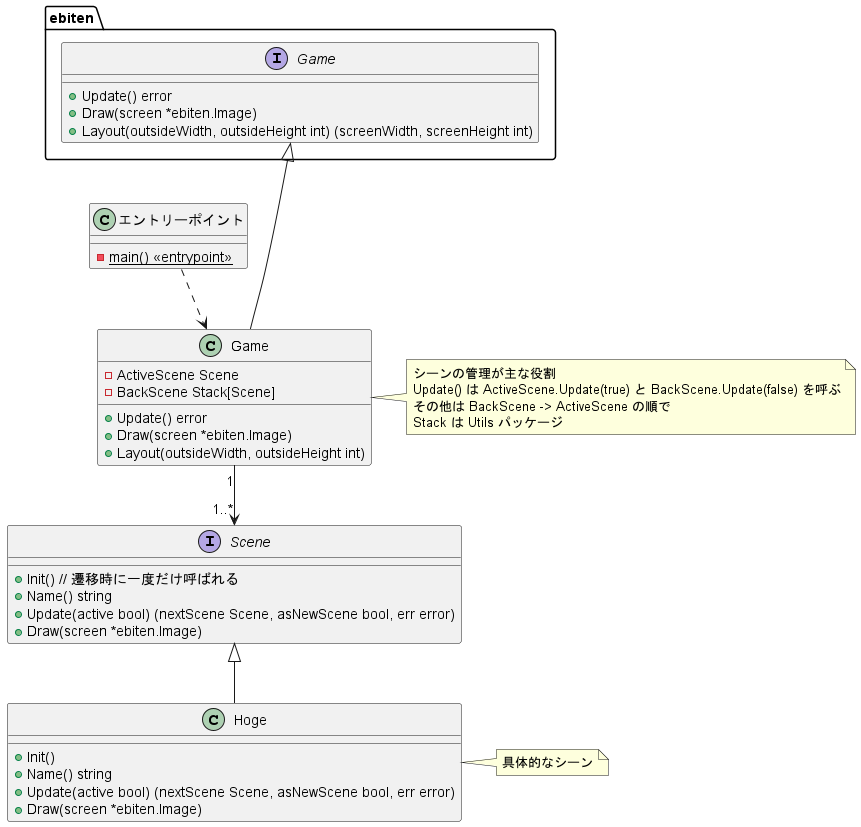
This is Docs/game_class_diagram.png from kmc-jp/Gamedev_Tempura-of-p--Phenylazo-phenol, a PlantUML export, as it was before one commit. Source of this version:
```plantuml
@startuml game_class_diagram

package ebiten {
    interface ebiten.Game {
        + Update() error
        + Draw(screen *ebiten.Image)
        + Layout(outsideWidth, outsideHeight int) (screenWidth, screenHeight int)
    }
}

class "エントリーポイント" {
    - {static} main() <<entrypoint>>
}

class Game {
    - ActiveScene Scene
    - BackScene Stack[Scene]
    + Update() error
    + Draw(screen *ebiten.Image)
    + Layout(outsideWidth, outsideHeight int)
}
note right of Game : シーンの管理が主な役割\nUpdate() は ActiveScene.Update(true) と BackScene.Update(false) を呼ぶ\nその他は BackScene -> ActiveScene の順で\nStack は Utils パッケージ

interface Scene {
    + Init() // 遷移時に一度だけ呼ばれる
    + Name() string
    + Update(active bool) (nextScene Scene, asNewScene bool, err error)
    + Draw(screen *ebiten.Image)
}

"エントリーポイント" ..> Game

Game -up--|> ebiten.Game
Game "1" --> "1..*" Scene

class Hoge {
    + Init()
    + Name() string
    + Update(active bool) (nextScene Scene, asNewScene bool, err error)
    + Draw(screen *ebiten.Image)
}
note right of Hoge : 具体的なシーン

Hoge -up-|> Scene


@enduml
```
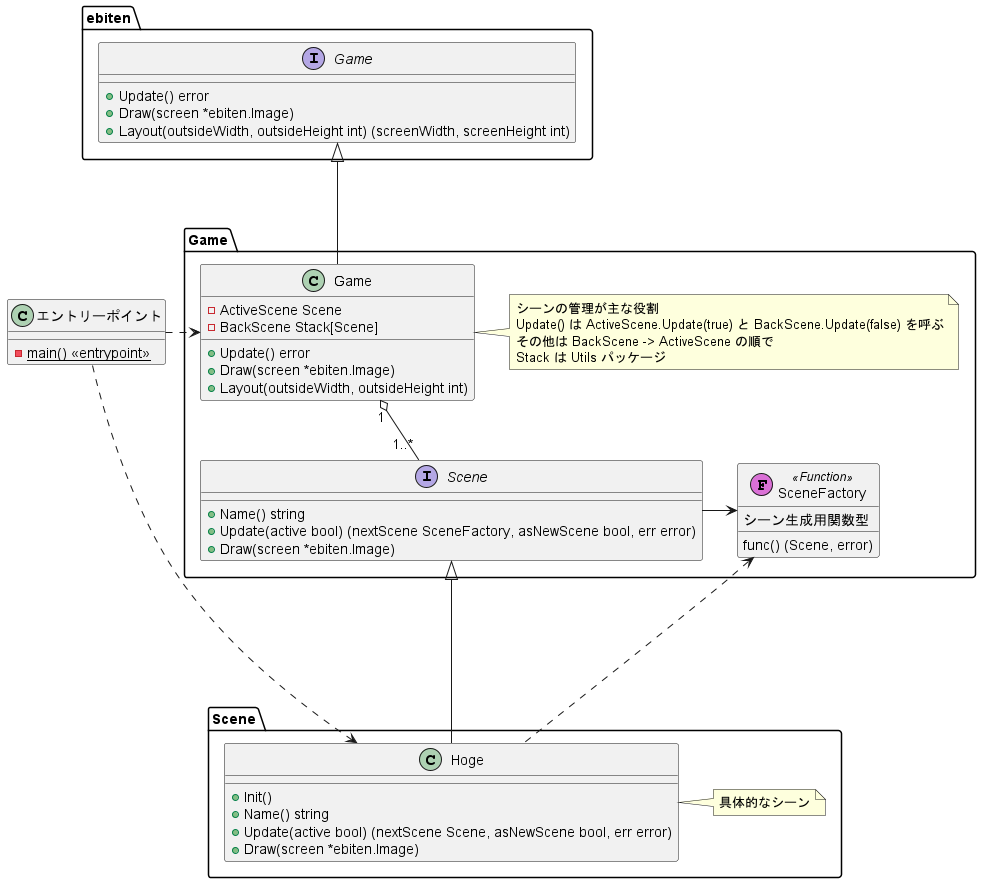
Above is the later version.

Commit message:
リファクタ後のパッケージ構成の予定をクラス図に反映

Diff of the diagram source:
```diff
@@ -1,7 +1,7 @@
 @startuml game_class_diagram
 
 package ebiten {
-    interface ebiten.Game {
+    interface Game {
         + Update() error
         + Draw(screen *ebiten.Image)
         + Layout(outsideWidth, outsideHeight int) (screenWidth, screenHeight int)
@@ -12,36 +12,47 @@
     - {static} main() <<entrypoint>>
 }
 
-class Game {
-    - ActiveScene Scene
-    - BackScene Stack[Scene]
-    + Update() error
-    + Draw(screen *ebiten.Image)
-    + Layout(outsideWidth, outsideHeight int)
-}
-note right of Game : シーンの管理が主な役割\nUpdate() は ActiveScene.Update(true) と BackScene.Update(false) を呼ぶ\nその他は BackScene -> ActiveScene の順で\nStack は Utils パッケージ
+"エントリーポイント" ..right..> Game.Game
+"エントリーポイント" ..right..> Scene.Hoge
 
-interface Scene {
-    + Init() // 遷移時に一度だけ呼ばれる
-    + Name() string
-    + Update(active bool) (nextScene Scene, asNewScene bool, err error)
-    + Draw(screen *ebiten.Image)
+package Game {
+    class Game {
+        - ActiveScene Scene
+        - BackScene Stack[Scene]
+        + Update() error
+        + Draw(screen *ebiten.Image)
+        + Layout(outsideWidth, outsideHeight int)
+    }
+    note right of Game : シーンの管理が主な役割\nUpdate() は ActiveScene.Update(true) と BackScene.Update(false) を呼ぶ\nその他は BackScene -> ActiveScene の順で\nStack は Utils パッケージ
+
+    interface Scene {
+        + Name() string
+        + Update(active bool) (nextScene SceneFactory, asNewScene bool, err error)
+        + Draw(screen *ebiten.Image)
+    }
+
+    class SceneFactory << (F,orchid) Function >> {
+        シーン生成用関数型
+        func() (Scene, error)
+    }
+
+    Scene --right--> SceneFactory
+
+    Game -up--|> ebiten.Game
+    Game "1" o-- "1..*" Scene
 }
 
-"エントリーポイント" ..> Game
+package Scene {
+    class Hoge {
+        + Init()
+        + Name() string
+        + Update(active bool) (nextScene Scene, asNewScene bool, err error)
+        + Draw(screen *ebiten.Image)
+    }
+    note right of Hoge : 具体的なシーン
 
-Game -up--|> ebiten.Game
-Game "1" --> "1..*" Scene
-
-class Hoge {
-    + Init()
-    + Name() string
-    + Update(active bool) (nextScene Scene, asNewScene bool, err error)
-    + Draw(screen *ebiten.Image)
+    Hoge -up-|> Game.Scene
+    Hoge ..up..> Game.SceneFactory
 }
-note right of Hoge : 具体的なシーン
-
-Hoge -up-|> Scene
-
 
 @enduml
```
